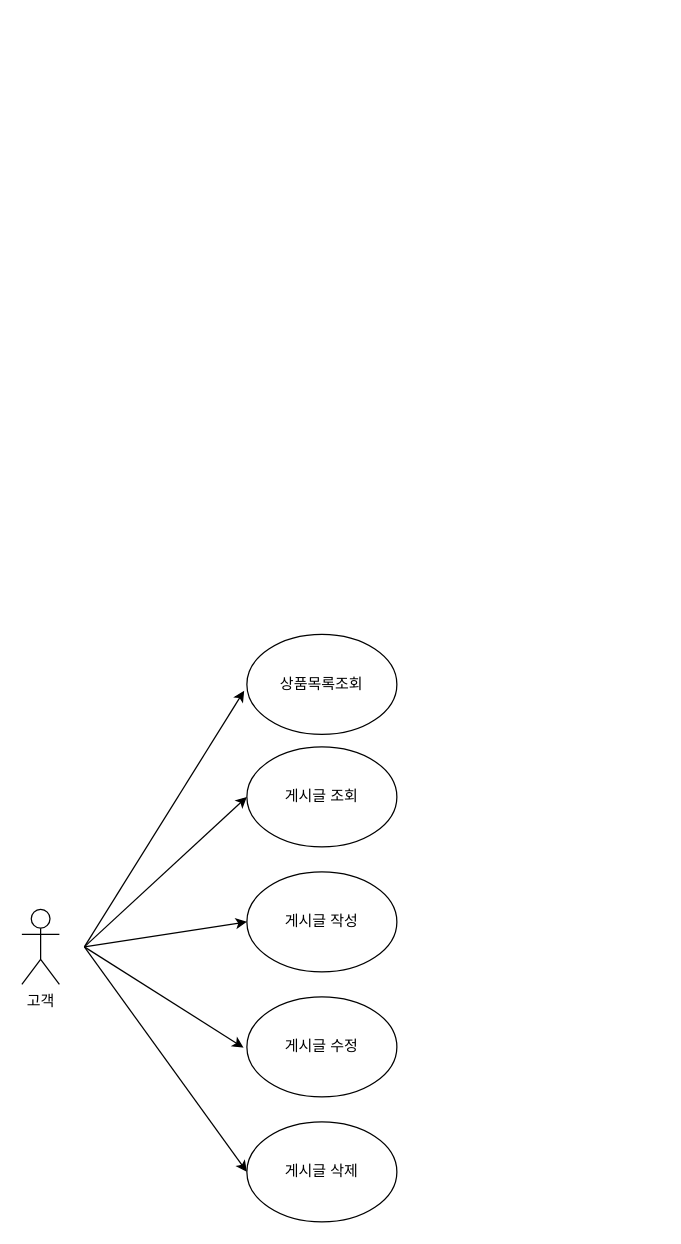
This is inno_3_spring_basic/Spring_simple_usecase.drawio from Moveuk/InnovationCamp, a draw.io file, before an edit. Source tidied: cells renumbered, new cells numbered last; positions are measured from the earlier drawing's top-left corner, leaving out a move shared by most shapes. Both pictures are drawn from the tidied source at 125%, with x=0, y=0 at pixel (21, 634).
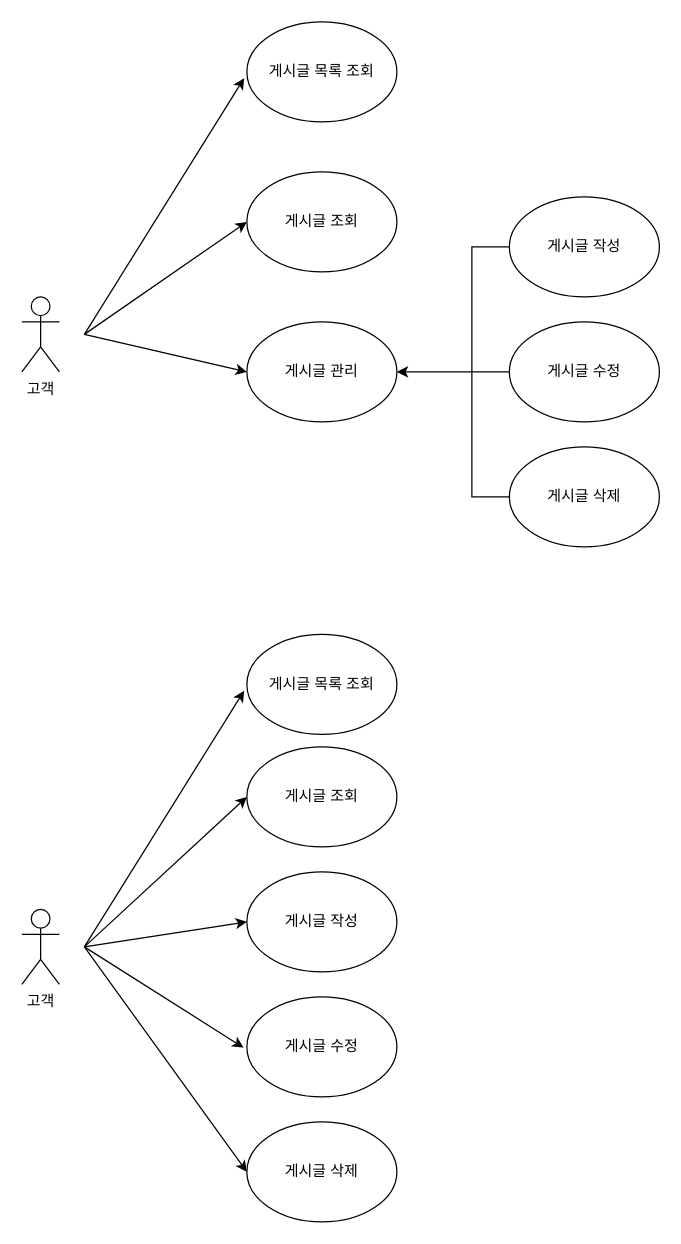
Above is the later version.

Diff of the diagram source:
```diff
@@
-    <mxCell id="3" value="상품목록조회" style="ellipse;whiteSpace=wrap;html=1;" parent="1" vertex="1">
+    <mxCell id="3" value="게시글 목록 조회" style="ellipse;whiteSpace=wrap;html=1;" parent="1" vertex="1">
       <mxGeometry x="180" width="120" height="80" as="geometry" />
     </mxCell>
@@
+    <mxCell id="13" value="고객" style="shape=umlActor;verticalLabelPosition=bottom;verticalAlign=top;html=1;" parent="1" vertex="1">
+      <mxGeometry y="-270" width="30" height="60" as="geometry" />
+    </mxCell>
+    <mxCell id="14" value="게시글 목록 조회" style="ellipse;whiteSpace=wrap;html=1;" parent="1" vertex="1">
+      <mxGeometry x="180" y="-490" width="120" height="80" as="geometry" />
+    </mxCell>
+    <mxCell id="15" value="게시글 작성" style="ellipse;whiteSpace=wrap;html=1;" parent="1" vertex="1">
+      <mxGeometry x="390" y="-350" width="120" height="80" as="geometry" />
+    </mxCell>
+    <mxCell id="16" value="게시글 조회" style="ellipse;whiteSpace=wrap;html=1;" parent="1" vertex="1">
+      <mxGeometry x="180" y="-370" width="120" height="80" as="geometry" />
+    </mxCell>
+    <mxCell id="17" value="게시글 수정" style="ellipse;whiteSpace=wrap;html=1;" parent="1" vertex="1">
+      <mxGeometry x="390" y="-250" width="120" height="80" as="geometry" />
+    </mxCell>
+    <mxCell id="18" value="게시글 삭제" style="ellipse;whiteSpace=wrap;html=1;" parent="1" vertex="1">
+      <mxGeometry x="390" y="-150" width="120" height="80" as="geometry" />
+    </mxCell>
+    <mxCell id="19" style="endArrow=classic;html=1;rounded=0;entryX=-0.018;entryY=0.563;entryDx=0;entryDy=0;entryPerimeter=0;" parent="1" edge="1" target="14">
+      <mxGeometry relative="1" as="geometry">
+        <mxPoint x="50" y="-240" as="sourcePoint" />
+      </mxGeometry>
+    </mxCell>
+    <mxCell id="20" style="endArrow=classic;html=1;rounded=0;entryX=0;entryY=0.5;entryDx=0;entryDy=0;" parent="1" edge="1" target="22">
+      <mxGeometry relative="1" as="geometry">
+        <mxPoint x="50" y="-240" as="sourcePoint" />
+      </mxGeometry>
+    </mxCell>
+    <mxCell id="21" style="endArrow=classic;html=1;rounded=0;entryX=0;entryY=0.5;entryDx=0;entryDy=0;" parent="1" edge="1" target="16">
+      <mxGeometry relative="1" as="geometry">
+        <mxPoint x="50" y="-240" as="sourcePoint" />
+      </mxGeometry>
+    </mxCell>
+    <mxCell id="22" value="게시글 관리" style="ellipse;whiteSpace=wrap;html=1;" parent="1" vertex="1">
+      <mxGeometry x="180" y="-250" width="120" height="80" as="geometry" />
+    </mxCell>
+    <mxCell id="23" style="group;" parent="1" vertex="1">
+      <mxGeometry x="360" y="-310" height="200" as="geometry" />
+    </mxCell>
+    <mxCell id="24" style="endArrow=classic;html=1;rounded=0;entryX=1;entryY=0.5;entryDx=0;entryDy=0;exitX=0;exitY=0.5;exitDx=0;exitDy=0;" parent="23" edge="1" source="17" target="22">
+      <mxGeometry relative="1" as="geometry" />
+    </mxCell>
+    <mxCell id="25" style="endArrow=none;html=1;rounded=0;entryX=0;entryY=0.5;entryDx=0;entryDy=0;exitX=0;exitY=0.5;exitDx=0;exitDy=0;" parent="23" edge="1" source="18" target="15">
+      <mxGeometry relative="1" as="geometry">
+        <Array as="points">
+          <mxPoint y="200" />
+          <mxPoint />
+        </Array>
+      </mxGeometry>
+    </mxCell>
```
